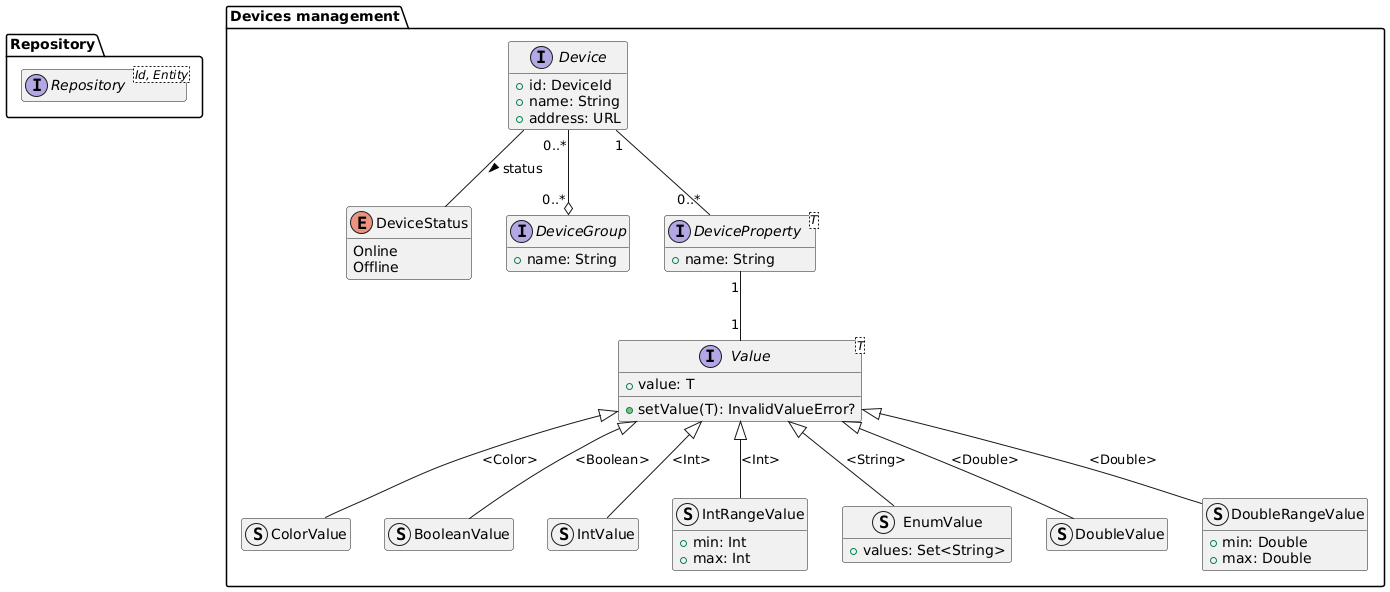
The PlantUML diagram diagrams/generated/devices-management-domain-model.png in DomoticASW/.github, before a commit.
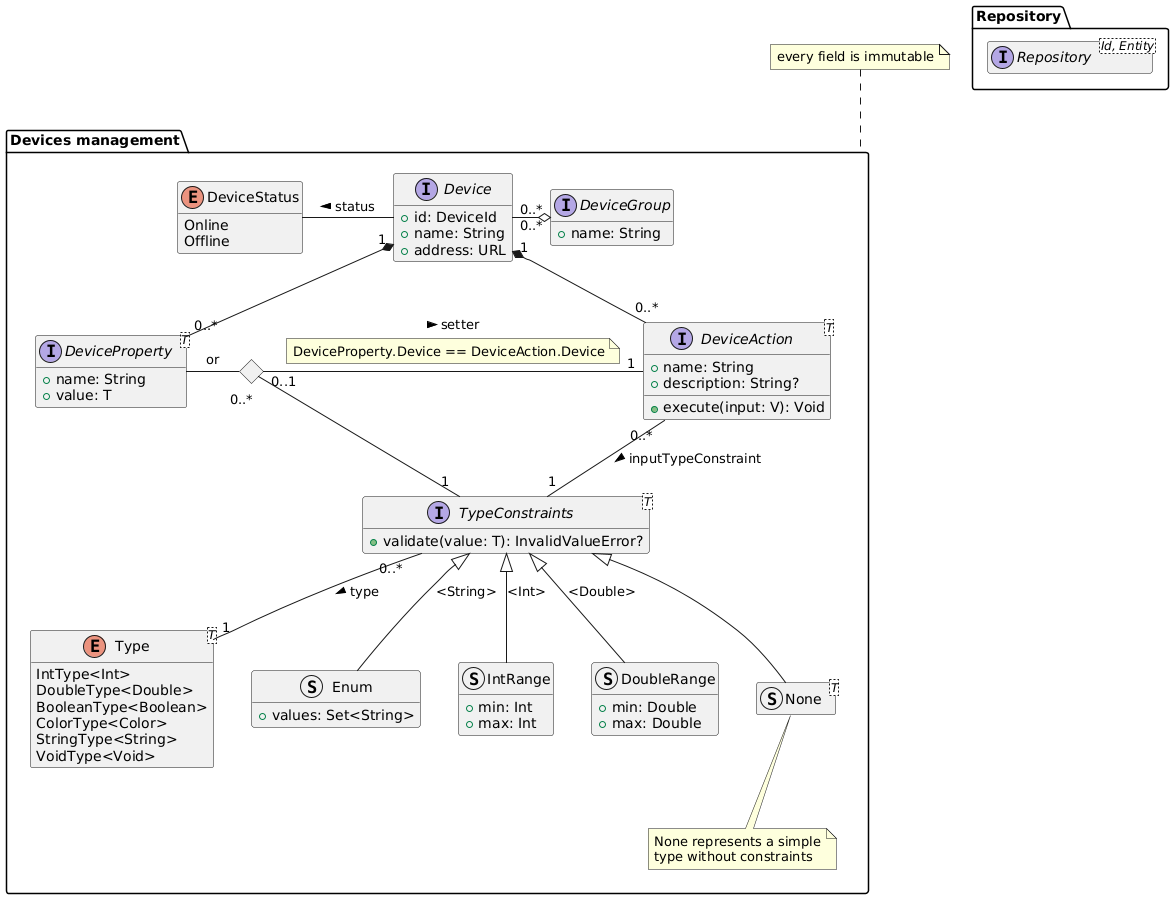
The same diagram one commit later.

Commit message:
better device-management-domain-model diagram

What changed in the source:
```diff
@@ -17,55 +17,78 @@
         Online
         Offline
     }
-    Device -- DeviceStatus : "status >"
 
     interface DeviceGroup {
         + name: String
     }
 
-    Device "0..*"  --o "0..*" DeviceGroup
+    enum Type<T> {
+        IntType<Int>
+        DoubleType<Double>
+        BooleanType<Boolean>
+        ColorType<Color>
+        StringType<String>
+        VoidType<Void>
+    }
+
+    interface TypeConstraints<T> {
+        + validate(value: T): InvalidValueError?
+    }
+
+    struct Enum {
+        + values: Set<String>
+    }
+
+    struct IntRange {
+        + min: Int
+        + max: Int
+    }
+
+    struct DoubleRange {
+        + min: Double
+        + max: Double
+    }
+
+    struct None<T>
+    note bottom of None
+        None represents a simple
+        type without constraints
+    end note
+
 
     interface DeviceProperty<T> {
         + name: String
-    }
-    DeviceProperty "1" -- "1" Value
-
-    interface Value<T> {
         + value: T
-        + setValue(T): InvalidValueError?
     }
 
-    struct ColorValue
-    ColorValue -u-|> Value : "<Color>"
+    interface DeviceAction<T> {
+        + name: String
+        + description: String?
+        + execute(input: V): Void
+    }
 
-    struct BooleanValue
-    BooleanValue -u-|> Value : "<Boolean>"
 
-    struct IntValue
-    IntValue -u-|> Value : "<Int>"
-
-    struct IntRangeValue {
-        + min: Int
-        + max: Int
-    }
-    IntRangeValue -u-|> Value : "<Int>"
-
-    struct EnumValue {
-        + values: Set<String>
-    }
-    EnumValue -u-|> Value : "<String>"
-
-    struct DoubleValue
-    DoubleValue -u-|> Value : "<Double>"
-
-    struct DoubleRangeValue {
-        + min: Double
-        + max: Double
-    }
-    DoubleRangeValue -u-|> Value : "<Double>"
-
-    Device "1" -- "0..*" DeviceProperty
-
+    Device -l- DeviceStatus : "status >"
+    Device "0..*"  -r-o "0..*" DeviceGroup
+    TypeConstraints "0..*" -- "1" Type : "type >"
+    Enum -u-|> TypeConstraints : "<String>"
+    IntRange -u-|> TypeConstraints : "<Int>"
+    DoubleRange -u-|> TypeConstraints : "<Double>"
+    None -u-|> TypeConstraints
+    DeviceAction "0..*" -- "1" TypeConstraints : "inputTypeConstraint >"
+    Device "1" *-- "0..*" DeviceProperty
+    Device "1" *-- "0..*" DeviceAction
+    <> Diamond
+    DeviceProperty -r- Diamond : "or"
+    Diamond "0..1" -r- "1" DeviceAction : "setter >"
+    note on link
+        DeviceProperty.Device == DeviceAction.Device
+    end note
+    Diamond "0..*" -- "1" TypeConstraints
 }
 
+note top of "Devices management"
+    every field is immutable
+end note
+
 @enduml
```
